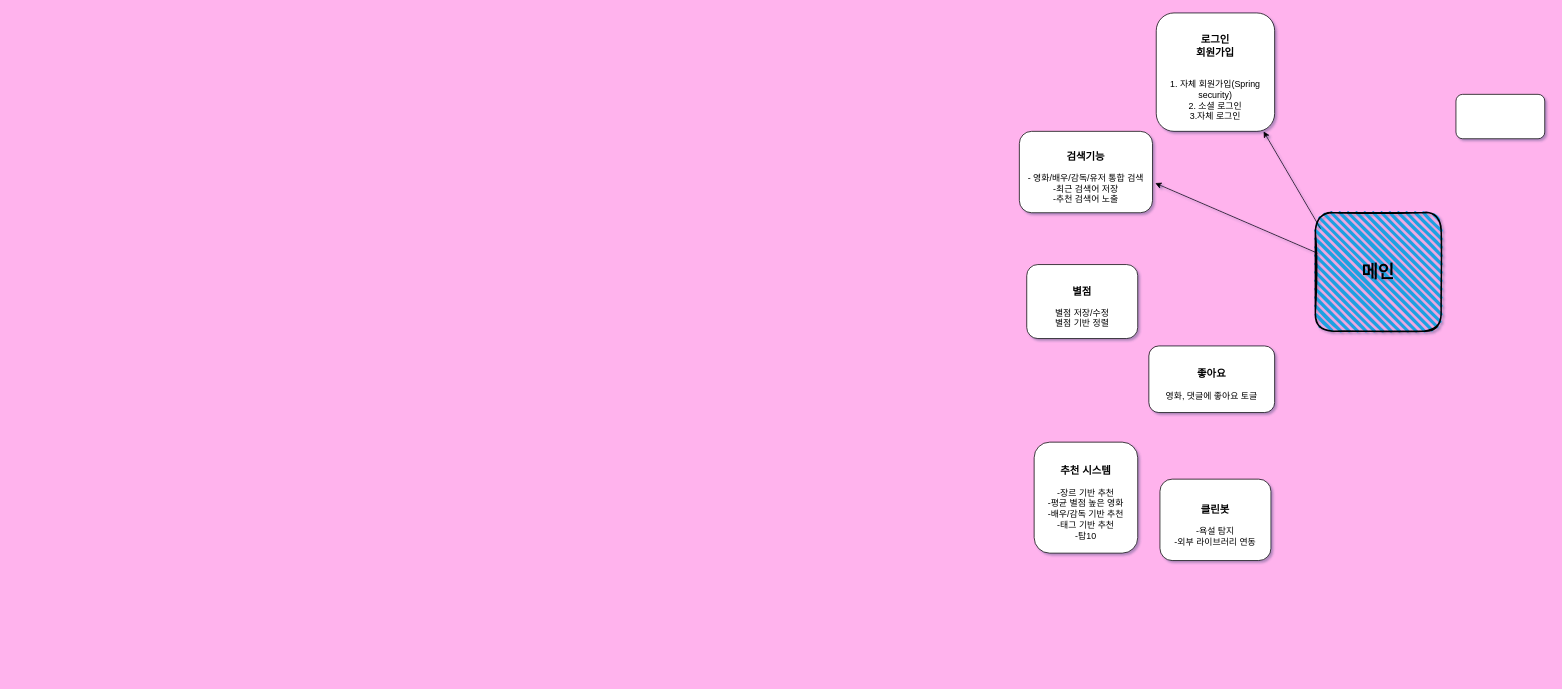
Before: 전체 흐름.drawio in gangseunghyun/movie-project, a draw.io diagram. Source tidied: cells renumbered, new cells numbered last; positions are measured from the earlier drawing's top-left corner, leaving out a move shared by most shapes. Both pictures are drawn from the tidied source at 74%, with x=0, y=0 at pixel (1019, 13).
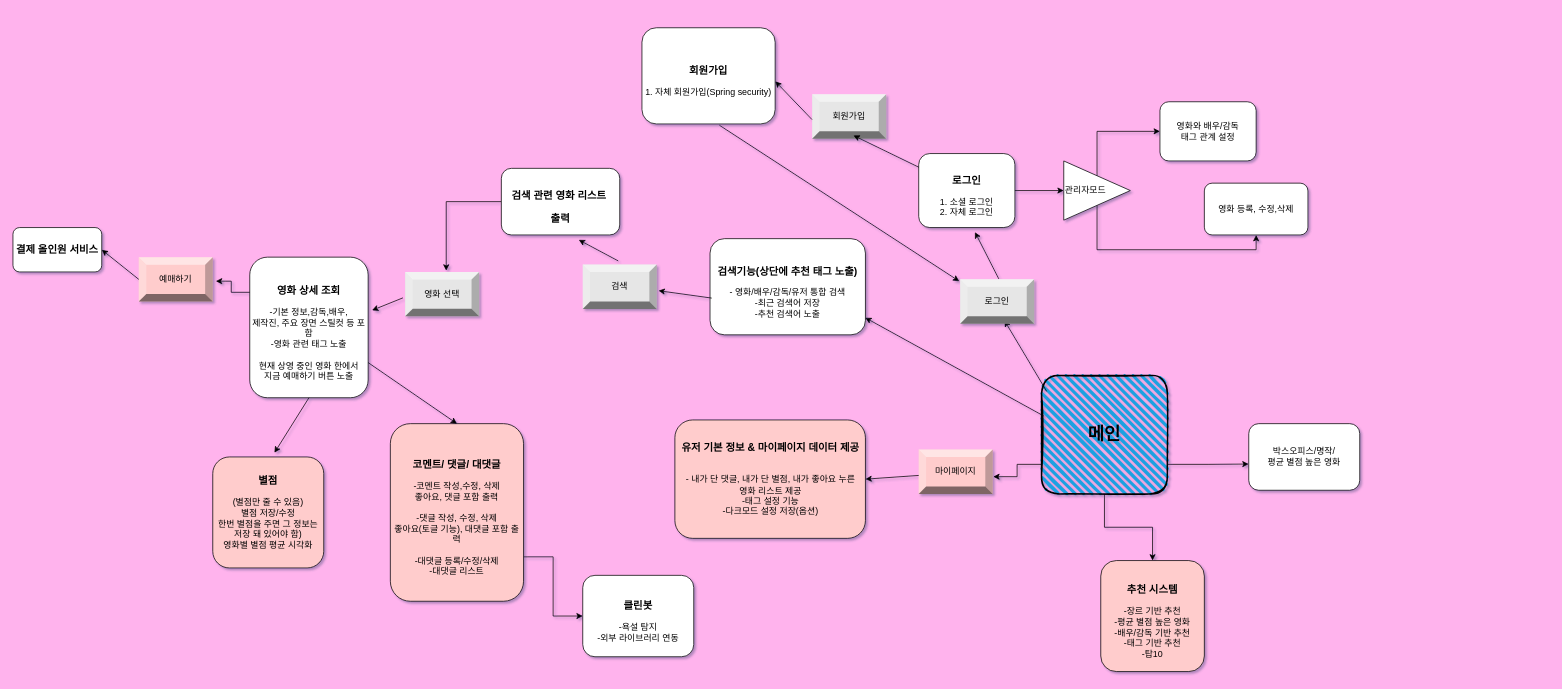
Above is the later version.

The edit, as a diff of the source:
```diff
@@
+    <mxCell id="12" style="endArrow=classic;html=1;rounded=0;entryX=-0.012;entryY=0.042;entryDx=0;entryDy=0;entryPerimeter=0;exitX=0.581;exitY=1.013;exitDx=0;exitDy=0;exitPerimeter=0;" parent="1" edge="1" source="23" target="21">
+      <mxGeometry relative="1" as="geometry" />
+    </mxCell>
-    <mxCell id="2" value="&lt;h3&gt;&lt;font&gt;로그인&lt;br&gt;&lt;/font&gt;회원가입&lt;/h3&gt;&lt;div&gt;&lt;br&gt;&lt;/div&gt;&lt;div&gt;1. 자체 회원가입(Spring security)&lt;/div&gt;&lt;div&gt;2. 소셜 로그인&lt;/div&gt;&lt;div&gt;3.자체 로그인&lt;/div&gt;" style="rounded=1;whiteSpace=wrap;html=1;" parent="1" vertex="1">
-      <mxGeometry x="185" width="160" height="160" as="geometry" />
+    <mxCell id="2" value="&lt;h3&gt;&lt;font&gt;로그인&lt;br&gt;&lt;/font&gt;&lt;/h3&gt;&lt;div&gt;&lt;span style=&quot;background-color: transparent; color: light-dark(rgb(0, 0, 0), rgb(255, 255, 255));&quot;&gt;1. 소셜 로그인&lt;/span&gt;&lt;/div&gt;&lt;div&gt;2. 자체 로그인&lt;/div&gt;" style="rounded=1;whiteSpace=wrap;html=1;" parent="1" vertex="1">
+      <mxGeometry x="-136" y="190" width="130" height="100" as="geometry" />
     </mxCell>
-    <mxCell id="3" value="&lt;h3&gt;&lt;font&gt;검색기능&lt;/font&gt;&lt;/h3&gt;&lt;div&gt;- 영화/배우/감독/유저 통합 검색&lt;/div&gt;&lt;div&gt;-최근 검색어 저장&lt;/div&gt;&lt;div&gt;-추천 검색어 노출&lt;/div&gt;" style="rounded=1;whiteSpace=wrap;html=1;" parent="1" vertex="1">
-      <mxGeometry y="160" width="180" height="110" as="geometry" />
+    <mxCell id="3" value="&lt;h3&gt;&lt;font&gt;검색기능(상단에 추천 태그 노출)&lt;/font&gt;&lt;/h3&gt;&lt;div&gt;- 영화/배우/감독/유저 통합 검색&lt;/div&gt;&lt;div&gt;-최근 검색어 저장&lt;/div&gt;&lt;div&gt;-추천 검색어 노출&lt;/div&gt;" style="rounded=1;whiteSpace=wrap;html=1;" parent="1" vertex="1">
+      <mxGeometry x="-418" y="305" width="210" height="130" as="geometry" />
     </mxCell>
-    <mxCell id="4" value="&lt;h3&gt;&lt;font&gt;좋아요&lt;/font&gt;&lt;/h3&gt;&lt;div&gt;영화, 댓글에 좋아요 토글&lt;/div&gt;" style="rounded=1;whiteSpace=wrap;html=1;" parent="1" vertex="1">
-      <mxGeometry x="175" y="450" width="170" height="90" as="geometry" />
-    </mxCell>
-    <mxCell id="5" value="&lt;h3&gt;&lt;font&gt;별점&lt;/font&gt;&lt;/h3&gt;&lt;div&gt;별점 저장/수정&lt;/div&gt;&lt;div&gt;별점 기반 정렬&lt;/div&gt;" style="rounded=1;whiteSpace=wrap;html=1;" parent="1" vertex="1">
-      <mxGeometry x="10" y="340" width="150" height="100" as="geometry" />
+    <mxCell id="5" value="&lt;h3&gt;&lt;font&gt;별점&lt;/font&gt;&lt;/h3&gt;&lt;div&gt;&lt;font&gt;(별점만 줄 수 있음)&lt;/font&gt;&lt;/div&gt;&lt;div&gt;별점 저장/수정&lt;/div&gt;&lt;div&gt;한번 별점을 주면 그 정보는 저장 돼 있어야 함)&lt;/div&gt;&lt;div&gt;영화별 별점 평균 시각화&lt;/div&gt;&lt;div&gt;&lt;br&gt;&lt;/div&gt;" style="rounded=1;whiteSpace=wrap;html=1;fillColor=#FFCCCC;" parent="1" vertex="1">
+      <mxGeometry x="-1090" y="600" width="150" height="150" as="geometry" />
     </mxCell>
-    <mxCell id="6" value="&lt;h3&gt;&lt;font&gt;추천 시스템&lt;/font&gt;&lt;/h3&gt;&lt;div&gt;-장르 기반 추천&lt;/div&gt;&lt;div&gt;-평균 별점 높은 영화&lt;/div&gt;&lt;div&gt;-배우/감독 기반 추천&lt;/div&gt;&lt;div&gt;&lt;font&gt;-태그 기반 추천&lt;/font&gt;&lt;/div&gt;&lt;div&gt;-탑10&lt;/div&gt;" style="rounded=1;whiteSpace=wrap;html=1;" parent="1" vertex="1">
-      <mxGeometry x="20" y="580" width="140" height="150" as="geometry" />
+    <mxCell id="6" value="&lt;h3&gt;&lt;font&gt;추천 시스템&lt;/font&gt;&lt;/h3&gt;&lt;div&gt;-장르 기반 추천&lt;/div&gt;&lt;div&gt;-평균 별점 높은 영화&lt;/div&gt;&lt;div&gt;-배우/감독 기반 추천&lt;/div&gt;&lt;div&gt;&lt;font&gt;-태그 기반 추천&lt;/font&gt;&lt;/div&gt;&lt;div&gt;-탑10&lt;/div&gt;" style="rounded=1;whiteSpace=wrap;html=1;fillColor=#FFCCCC;" parent="1" vertex="1">
+      <mxGeometry x="110" y="740" width="140" height="150" as="geometry" />
     </mxCell>
     <mxCell id="7" value="&lt;h3&gt;&lt;font&gt;클린봇&lt;/font&gt;&lt;/h3&gt;&lt;div&gt;-욕설 탐지&lt;/div&gt;&lt;div&gt;-외부 라이브러리 연동&lt;/div&gt;" style="rounded=1;whiteSpace=wrap;html=1;" parent="1" vertex="1">
-      <mxGeometry x="190" y="630" width="150" height="110" as="geometry" />
+      <mxGeometry x="-590" y="760" width="150" height="110" as="geometry" />
     </mxCell>
+    <mxCell id="13" style="edgeStyle=orthogonalEdgeStyle;rounded=0;jettySize=auto;html=1;exitX=0.5;exitY=1;exitDx=0;exitDy=0;entryX=0.5;entryY=0;entryDx=0;entryDy=0;" parent="1" edge="1" source="8" target="6">
+      <mxGeometry relative="1" as="geometry" />
+    </mxCell>
     <mxCell id="8" value="&lt;h1&gt;메인&lt;/h1&gt;" style="rounded=1;whiteSpace=wrap;html=1;strokeWidth=2;fillWeight=4;hachureGap=8;hachureAngle=45;fillColor=#1ba1e2;sketch=1;" parent="1" vertex="1">
-      <mxGeometry x="400" y="270" width="170" height="160" as="geometry" />
+      <mxGeometry x="30" y="490" width="170" height="160" as="geometry" />
     </mxCell>
-    <mxCell id="9" style="endArrow=classic;html=1;rounded=0;exitX=0.041;exitY=0.134;exitDx=0;exitDy=0;exitPerimeter=0;" parent="1" edge="1" source="8">
-      <mxGeometry relative="1" as="geometry">
-        <mxPoint x="330" y="160" as="targetPoint" />
-      </mxGeometry>
+    <mxCell id="9" style="endArrow=classic;html=1;rounded=0;exitX=0.041;exitY=0.134;exitDx=0;exitDy=0;exitPerimeter=0;entryX=0.599;entryY=0.928;entryDx=0;entryDy=0;entryPerimeter=0;" parent="1" edge="1" source="8" target="21">
+      <mxGeometry relative="1" as="geometry" />
     </mxCell>
-    <mxCell id="10" style="endArrow=classic;html=1;rounded=0;entryX=1.02;entryY=0.636;entryDx=0;entryDy=0;entryPerimeter=0;exitX=0.018;exitY=0.342;exitDx=0;exitDy=0;exitPerimeter=0;" parent="1" edge="1" source="8" target="3">
+    <mxCell id="10" style="endArrow=classic;html=1;rounded=0;entryX=0.999;entryY=0.822;entryDx=0;entryDy=0;entryPerimeter=0;exitX=0.018;exitY=0.342;exitDx=0;exitDy=0;exitPerimeter=0;" parent="1" edge="1" source="8" target="3">
       <mxGeometry relative="1" as="geometry" />
     </mxCell>
-    <mxCell id="11" style="rounded=1;whiteSpace=wrap;html=1;" parent="1" vertex="1">
-      <mxGeometry x="590" y="110" width="120" height="60" as="geometry" />
+    <mxCell id="11" value="영화 등록, 수정,삭제" style="rounded=1;whiteSpace=wrap;html=1;" parent="1" vertex="1">
+      <mxGeometry x="250" y="230" width="140" height="70" as="geometry" />
     </mxCell>
+    <mxCell id="14" value="&lt;h3&gt;영화 상세 조회&lt;/h3&gt;&lt;div&gt;-기본 정보,감독,배우,&lt;/div&gt;&lt;div&gt;제작진, 주요 장면 스틸컷 등 포함&lt;/div&gt;&lt;div&gt;-영화 관련 태그 노출&lt;/div&gt;&lt;div&gt;&lt;br&gt;&lt;/div&gt;&lt;div&gt;현재 상영 중인 영화 한에서&lt;/div&gt;&lt;div&gt;지금 예매하기 버튼 노출&lt;/div&gt;" style="rounded=1;whiteSpace=wrap;html=1;" parent="1" vertex="1">
+      <mxGeometry x="-1040" y="330" width="160" height="190" as="geometry" />
+    </mxCell>
+    <mxCell id="15" value="영화와 배우/감독&lt;div&gt;태그 관계 설정&lt;/div&gt;" style="rounded=1;whiteSpace=wrap;html=1;" parent="1" vertex="1">
+      <mxGeometry x="190" y="120" width="130" height="80" as="geometry" />
+    </mxCell>
+    <mxCell id="16" value="박스오피스/명작/&lt;div&gt;평균 별점 높은 영화&lt;/div&gt;" style="rounded=1;whiteSpace=wrap;html=1;" parent="1" vertex="1">
+      <mxGeometry x="310" y="555" width="150" height="90" as="geometry" />
+    </mxCell>
+    <mxCell id="17" style="edgeStyle=orthogonalEdgeStyle;rounded=0;jettySize=auto;html=1;exitX=1;exitY=0.75;exitDx=0;exitDy=0;entryX=0;entryY=0.5;entryDx=0;entryDy=0;" parent="1" edge="1" source="18" target="7">
+      <mxGeometry relative="1" as="geometry" />
+    </mxCell>
+    <mxCell id="18" value="&lt;h3&gt;코멘트/ 댓글/ 대댓글&lt;/h3&gt;&lt;div&gt;-코멘트 작성,&lt;span style=&quot;background-color: transparent; color: light-dark(rgb(0, 0, 0), rgb(255, 255, 255));&quot;&gt;수정, 삭제&lt;/span&gt;&lt;/div&gt;&lt;div&gt;좋아요, 댓글 포함 출력&lt;/div&gt;&lt;div&gt;&lt;br&gt;&lt;/div&gt;&lt;div&gt;-댓글 작성, 수정, 삭제&lt;/div&gt;&lt;div&gt;&lt;span style=&quot;background-color: transparent; color: light-dark(rgb(0, 0, 0), rgb(255, 255, 255));&quot;&gt;좋아요(토글 기능)&lt;/span&gt;, 대댓글 포함 출력&lt;/div&gt;&lt;div&gt;&lt;br&gt;&lt;/div&gt;&lt;div&gt;-대댓글 등록/수정/삭제&lt;/div&gt;&lt;div&gt;-대댓글 리스트&lt;/div&gt;" style="rounded=1;whiteSpace=wrap;html=1;fillColor=#FFCCCC;" parent="1" vertex="1">
+      <mxGeometry x="-850" y="555" width="180" height="240" as="geometry" />
+    </mxCell>
+    <mxCell id="19" value="&lt;h3&gt;유저 기본 정보 &amp;amp; 마이페이지 데이터 제공&lt;/h3&gt;&lt;div&gt;&lt;br&gt;&lt;/div&gt;&lt;div&gt;- 내가 단 댓글, 내가 단 별점, 내가 좋아요 누른&lt;/div&gt;&lt;div&gt;영화 리스트 제공&lt;/div&gt;&lt;div&gt;-태그 설정 기능&lt;/div&gt;&lt;div&gt;-다크모드 설정 저장(옵션)&lt;/div&gt;&lt;div&gt;&lt;br&gt;&lt;/div&gt;" style="rounded=1;whiteSpace=wrap;html=1;fillColor=#FFCCCC;" parent="1" vertex="1">
+      <mxGeometry x="-465.5" y="550" width="257.5" height="160" as="geometry" />
+    </mxCell>
+    <mxCell id="20" value="&lt;h3&gt;결제 올인원 서비스&lt;/h3&gt;" style="rounded=1;whiteSpace=wrap;html=1;" parent="1" vertex="1">
+      <mxGeometry x="-1360" y="290" width="120" height="60" as="geometry" />
+    </mxCell>
+    <mxCell id="21" value="로그인" style="labelPosition=center;verticalLabelPosition=middle;align=center;html=1;shape=mxgraph.basic.shaded_button;dx=10;fillColor=#E6E6E6;strokeColor=none;whiteSpace=wrap;" parent="1" vertex="1">
+      <mxGeometry x="-80" y="360" width="100" height="60" as="geometry" />
+    </mxCell>
+    <mxCell id="22" style="endArrow=classic;html=1;rounded=0;exitX=0.522;exitY=-0.011;exitDx=0;exitDy=0;exitPerimeter=0;entryX=0.585;entryY=1.062;entryDx=0;entryDy=0;entryPerimeter=0;" parent="1" edge="1" source="21" target="2">
+      <mxGeometry relative="1" as="geometry" />
+    </mxCell>
+    <mxCell id="23" value="&lt;h3&gt;회원가입&lt;/h3&gt;&lt;div&gt;&lt;div&gt;1. 자체 회원가입(Spring security)&lt;/div&gt;&lt;/div&gt;" style="rounded=1;whiteSpace=wrap;html=1;" parent="1" vertex="1">
+      <mxGeometry x="-510" y="20" width="180" height="130" as="geometry" />
+    </mxCell>
+    <mxCell id="24" value="회원가입" style="labelPosition=center;verticalLabelPosition=middle;align=center;html=1;shape=mxgraph.basic.shaded_button;dx=10;fillColor=#E6E6E6;strokeColor=none;whiteSpace=wrap;" parent="1" vertex="1">
+      <mxGeometry x="-280" y="110" width="100" height="60" as="geometry" />
+    </mxCell>
+    <mxCell id="25" style="endArrow=classic;html=1;rounded=0;entryX=0.559;entryY=0.927;entryDx=0;entryDy=0;entryPerimeter=0;" parent="1" edge="1" source="2" target="24">
+      <mxGeometry relative="1" as="geometry" />
+    </mxCell>
+    <mxCell id="26" style="endArrow=classic;html=1;rounded=0;entryX=1.001;entryY=0.557;entryDx=0;entryDy=0;exitX=-0.002;exitY=0.568;exitDx=0;exitDy=0;exitPerimeter=0;entryPerimeter=0;" parent="1" edge="1" source="24" target="23">
+      <mxGeometry relative="1" as="geometry" />
+    </mxCell>
+    <mxCell id="27" style="endArrow=classic;html=1;rounded=0;exitX=0.011;exitY=0.618;exitDx=0;exitDy=0;exitPerimeter=0;entryX=1.024;entryY=0.589;entryDx=0;entryDy=0;entryPerimeter=0;" parent="1" edge="1" source="3" target="43">
+      <mxGeometry relative="1" as="geometry" />
+    </mxCell>
+    <mxCell id="28" style="endArrow=classic;html=1;rounded=0;exitX=0.5;exitY=1;exitDx=0;exitDy=0;entryX=0.556;entryY=-0.038;entryDx=0;entryDy=0;entryPerimeter=0;" parent="1" edge="1" source="14" target="5">
+      <mxGeometry relative="1" as="geometry" />
+    </mxCell>
+    <mxCell id="29" value="영화 선택" style="labelPosition=center;verticalLabelPosition=middle;align=center;html=1;shape=mxgraph.basic.shaded_button;dx=10.26;fillColor=#E6E6E6;strokeColor=none;whiteSpace=wrap;" parent="1" vertex="1">
+      <mxGeometry x="-830" y="350" width="100" height="60" as="geometry" />
+    </mxCell>
+    <mxCell id="30" style="edgeStyle=orthogonalEdgeStyle;rounded=0;jettySize=auto;html=1;entryX=0.555;entryY=-0.029;entryDx=0;entryDy=0;entryPerimeter=0;" parent="1" edge="1" source="31" target="29">
+      <mxGeometry relative="1" as="geometry" />
+    </mxCell>
+    <mxCell id="31" value="&lt;br&gt;&lt;h3&gt;검색 관련 영화 리스트&amp;nbsp;&lt;/h3&gt;&lt;h3&gt;출력&lt;/h3&gt;" style="rounded=1;whiteSpace=wrap;html=1;" parent="1" vertex="1">
+      <mxGeometry x="-700" y="210" width="160" height="90" as="geometry" />
+    </mxCell>
+    <mxCell id="32" style="endArrow=classic;html=1;rounded=0;entryX=0.654;entryY=1.074;entryDx=0;entryDy=0;entryPerimeter=0;exitX=0.48;exitY=-0.082;exitDx=0;exitDy=0;exitPerimeter=0;" parent="1" edge="1" source="43" target="31">
+      <mxGeometry relative="1" as="geometry" />
+    </mxCell>
+    <mxCell id="33" style="endArrow=classic;html=1;rounded=0;entryX=1.033;entryY=0.378;entryDx=0;entryDy=0;entryPerimeter=0;" parent="1" edge="1" target="14">
+      <mxGeometry relative="1" as="geometry">
+        <mxPoint x="-833" y="385" as="sourcePoint" />
+      </mxGeometry>
+    </mxCell>
+    <mxCell id="34" style="endArrow=classic;html=1;rounded=0;entryX=0.5;entryY=0;entryDx=0;entryDy=0;exitX=1;exitY=0.75;exitDx=0;exitDy=0;" parent="1" edge="1" source="14" target="18">
+      <mxGeometry relative="1" as="geometry" />
+    </mxCell>
+    <mxCell id="35" style="endArrow=classic;html=1;rounded=0;" parent="1" edge="1" target="38">
+      <mxGeometry relative="1" as="geometry">
+        <mxPoint x="-6" y="240" as="sourcePoint" />
+      </mxGeometry>
+    </mxCell>
+    <mxCell id="36" style="edgeStyle=orthogonalEdgeStyle;rounded=0;jettySize=auto;html=1;exitX=0.5;exitY=1;exitDx=0;exitDy=0;entryX=0.5;entryY=1;entryDx=0;entryDy=0;" parent="1" edge="1" source="38" target="11">
+      <mxGeometry relative="1" as="geometry">
+        <Array as="points">
+          <mxPoint x="105" y="320" />
+          <mxPoint x="320" y="320" />
+        </Array>
+      </mxGeometry>
+    </mxCell>
+    <mxCell id="37" style="edgeStyle=orthogonalEdgeStyle;rounded=0;jettySize=auto;html=1;exitX=0.5;exitY=0;exitDx=0;exitDy=0;entryX=0;entryY=0.5;entryDx=0;entryDy=0;" parent="1" edge="1" source="38" target="15">
+      <mxGeometry relative="1" as="geometry">
+        <Array as="points">
+          <mxPoint x="105" y="160" />
+        </Array>
+      </mxGeometry>
+    </mxCell>
+    <mxCell id="38" value="관리자모드" style="triangle;whiteSpace=wrap;html=1;align=left;" parent="1" vertex="1">
+      <mxGeometry x="60" y="200" width="90" height="80" as="geometry" />
+    </mxCell>
+    <mxCell id="39" value="예매하기" style="labelPosition=center;verticalLabelPosition=middle;align=center;html=1;shape=mxgraph.basic.shaded_button;dx=10.26;fillColor=#FFCCCC;strokeColor=none;whiteSpace=wrap;" parent="1" vertex="1">
+      <mxGeometry x="-1190" y="330" width="100" height="60" as="geometry" />
+    </mxCell>
+    <mxCell id="40" style="edgeStyle=orthogonalEdgeStyle;rounded=0;jettySize=auto;html=1;exitX=0;exitY=0.25;exitDx=0;exitDy=0;entryX=1.042;entryY=0.541;entryDx=0;entryDy=0;entryPerimeter=0;" parent="1" edge="1" source="14" target="39">
+      <mxGeometry relative="1" as="geometry">
+        <Array as="points">
+          <mxPoint x="-1065" y="377" />
+          <mxPoint x="-1065" y="363" />
+        </Array>
+      </mxGeometry>
+    </mxCell>
+    <mxCell id="41" style="endArrow=classic;html=1;rounded=0;entryX=1;entryY=0.5;entryDx=0;entryDy=0;" parent="1" edge="1" target="20">
+      <mxGeometry relative="1" as="geometry">
+        <mxPoint x="-1190" y="360" as="sourcePoint" />
+      </mxGeometry>
+    </mxCell>
+    <mxCell id="42" style="edgeStyle=orthogonalEdgeStyle;rounded=0;jettySize=auto;html=1;exitX=1;exitY=0.75;exitDx=0;exitDy=0;entryX=-0.001;entryY=0.607;entryDx=0;entryDy=0;entryPerimeter=0;" parent="1" edge="1" source="8" target="16">
+      <mxGeometry relative="1" as="geometry" />
+    </mxCell>
+    <mxCell id="43" value="검색" style="labelPosition=center;verticalLabelPosition=middle;align=center;html=1;shape=mxgraph.basic.shaded_button;dx=10;fillColor=#E6E6E6;strokeColor=none;whiteSpace=wrap;" parent="1" vertex="1">
+      <mxGeometry x="-590" y="340" width="100" height="60" as="geometry" />
+    </mxCell>
+    <mxCell id="44" value="마이페이지" style="labelPosition=center;verticalLabelPosition=middle;align=center;html=1;shape=mxgraph.basic.shaded_button;dx=10;fillColor=#FFCCCC;strokeColor=none;whiteSpace=wrap;" parent="1" vertex="1">
+      <mxGeometry x="-136" y="590" width="100" height="60" as="geometry" />
+    </mxCell>
+    <mxCell id="45" style="edgeStyle=orthogonalEdgeStyle;rounded=0;jettySize=auto;html=1;exitX=0;exitY=0.75;exitDx=0;exitDy=0;entryX=1.007;entryY=0.611;entryDx=0;entryDy=0;entryPerimeter=0;" parent="1" edge="1" source="8" target="44">
+      <mxGeometry relative="1" as="geometry" />
+    </mxCell>
+    <mxCell id="46" style="endArrow=classic;html=1;rounded=0;entryX=1;entryY=0.5;entryDx=0;entryDy=0;" parent="1" edge="1" target="19">
+      <mxGeometry relative="1" as="geometry">
+        <mxPoint x="-136" y="625" as="sourcePoint" />
+      </mxGeometry>
+    </mxCell>
```
